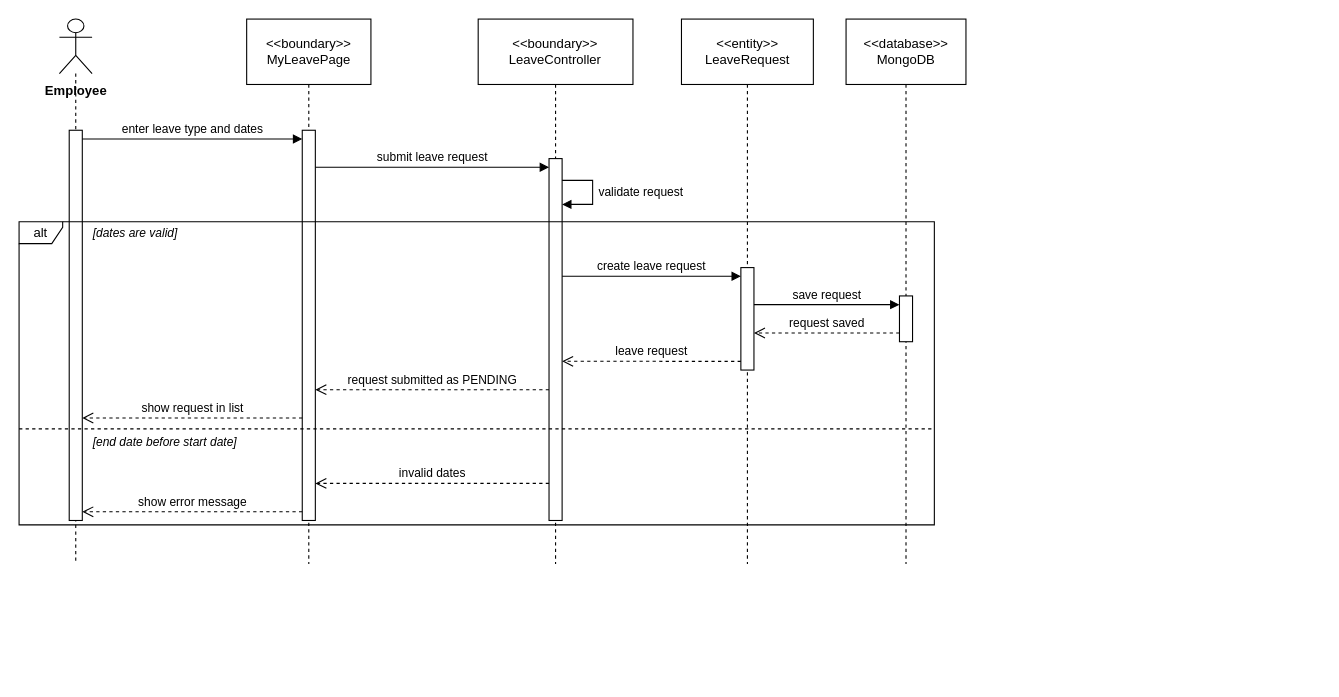
Above: final/diagrams/M5_Front-Desk-And-HR_Diagrams/sequence_diagrams/SD-19_UC-E15_SubmitLeaveRequest.drawio in toikobi401/SWD392 (draw.io), before the change. Source tidied: cells renumbered, new cells numbered last; positions are measured from the earlier drawing's top-left corner, leaving out a move shared by most shapes. Both pictures are drawn from the tidied source at 109%, with x=0, y=0 at pixel (19, 19).
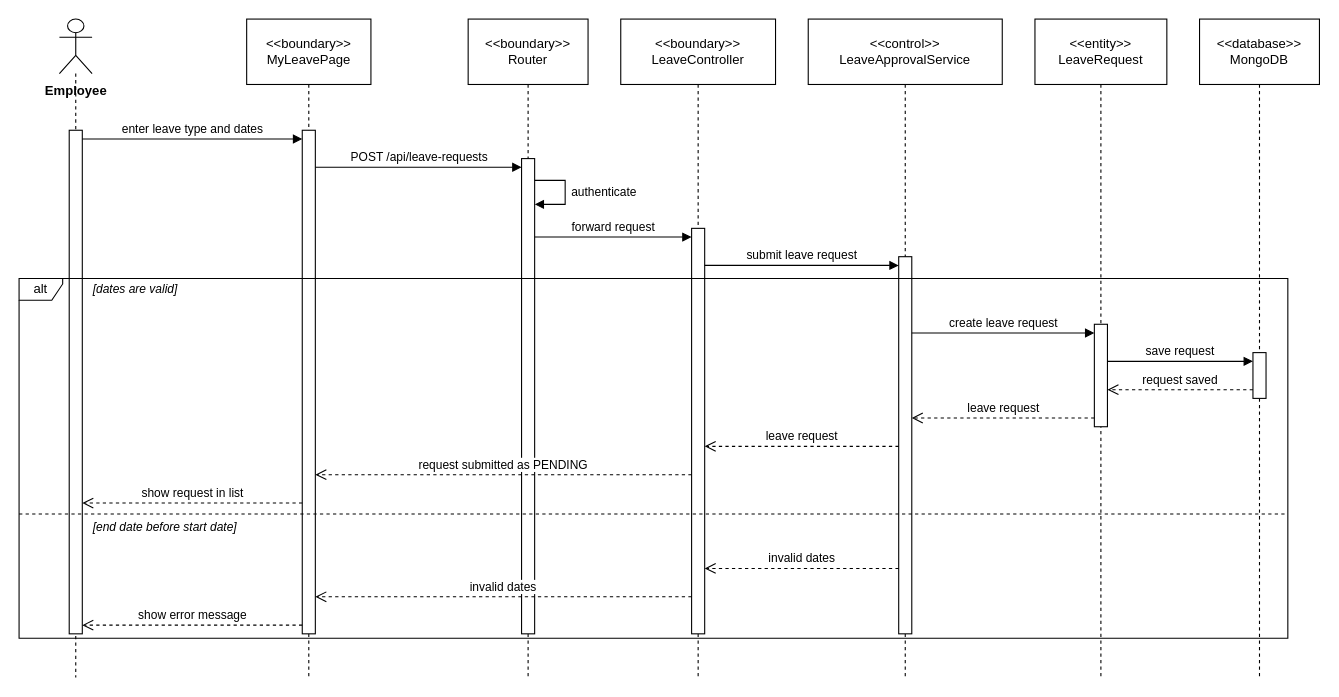
Above is the later version.

What changed in the source:
```diff
@@
     <mxCell id="2" value="Employee" style="shape=umlLifeline;participant=umlActor;perimeter=lifelinePerimeter;whiteSpace=nowrap;html=1;verticalAlign=top;spacingTop=52;size=50;fontStyle=1;" parent="1" vertex="1">
-      <mxGeometry x="37" width="30" height="500" as="geometry" />
+      <mxGeometry x="37" width="30" height="604" as="geometry" />
     </mxCell>
     <mxCell id="3" value="&amp;lt;&amp;lt;boundary&amp;gt;&amp;gt;&lt;br&gt;MyLeavePage" style="shape=umlLifeline;perimeter=lifelinePerimeter;whiteSpace=wrap;html=1;size=60;" parent="1" vertex="1">
-      <mxGeometry x="208.8" width="114" height="500" as="geometry" />
+      <mxGeometry x="208.8" width="114" height="604" as="geometry" />
     </mxCell>
+    <mxCell id="27" value="&amp;lt;&amp;lt;boundary&amp;gt;&amp;gt;&lt;br&gt;Router" style="shape=umlLifeline;perimeter=lifelinePerimeter;whiteSpace=wrap;html=1;size=60;" parent="1" vertex="1">
+      <mxGeometry x="412" width="110" height="604" as="geometry" />
+    </mxCell>
     <mxCell id="4" value="&amp;lt;&amp;lt;boundary&amp;gt;&amp;gt;&lt;br&gt;LeaveController" style="shape=umlLifeline;perimeter=lifelinePerimeter;whiteSpace=wrap;html=1;size=60;" parent="1" vertex="1">
-      <mxGeometry x="421.2" width="142" height="500" as="geometry" />
+      <mxGeometry x="552" width="142" height="604" as="geometry" />
     </mxCell>
+    <mxCell id="28" value="&amp;lt;&amp;lt;control&amp;gt;&amp;gt;&lt;br&gt;LeaveApprovalService" style="shape=umlLifeline;perimeter=lifelinePerimeter;whiteSpace=wrap;html=1;size=60;" parent="1" vertex="1">
+      <mxGeometry x="724" width="178" height="604" as="geometry" />
+    </mxCell>
     <mxCell id="5" value="&amp;lt;&amp;lt;entity&amp;gt;&amp;gt;&lt;br&gt;LeaveRequest" style="shape=umlLifeline;perimeter=lifelinePerimeter;whiteSpace=wrap;html=1;size=60;" parent="1" vertex="1">
-      <mxGeometry x="607.7" width="121" height="500" as="geometry" />
+      <mxGeometry x="932" width="121" height="604" as="geometry" />
     </mxCell>
     <mxCell id="6" value="&amp;lt;&amp;lt;database&amp;gt;&amp;gt;&lt;br&gt;MongoDB" style="shape=umlLifeline;perimeter=lifelinePerimeter;whiteSpace=wrap;html=1;size=60;" parent="1" vertex="1">
-      <mxGeometry x="758.7" width="110" height="500" as="geometry" />
+      <mxGeometry x="1083" width="110" height="604" as="geometry" />
     </mxCell>
     <mxCell id="7" style="html=1;points=[];perimeter=orthogonalPerimeter;outlineConnect=0;targetShapes=umlLifeline;portConstraint=eastwest;" parent="6" vertex="1">
-      <mxGeometry x="49" y="254" width="12" height="42" as="geometry" />
+      <mxGeometry x="49" y="306" width="12" height="42" as="geometry" />
     </mxCell>
     <mxCell id="8" style="html=1;points=[];perimeter=orthogonalPerimeter;outlineConnect=0;targetShapes=umlLifeline;portConstraint=eastwest;" parent="5" vertex="1">
-      <mxGeometry x="54.5" y="228" width="12" height="94" as="geometry" />
+      <mxGeometry x="54.5" y="280" width="12" height="94" as="geometry" />
     </mxCell>
-    <mxCell id="9" style="html=1;points=[];perimeter=orthogonalPerimeter;outlineConnect=0;targetShapes=umlLifeline;portConstraint=eastwest;" parent="4" vertex="1">
-      <mxGeometry x="65" y="128" width="12" height="332" as="geometry" />
-    </mxCell>
-    <mxCell id="10" style="html=1;points=[];perimeter=orthogonalPerimeter;outlineConnect=0;targetShapes=umlLifeline;portConstraint=eastwest;" parent="3" vertex="1">
-      <mxGeometry x="51" y="102" width="12" height="358" as="geometry" />
-    </mxCell>
-    <mxCell id="11" style="html=1;points=[];perimeter=orthogonalPerimeter;outlineConnect=0;targetShapes=umlLifeline;portConstraint=eastwest;" parent="2" vertex="1">
-      <mxGeometry x="9" y="102" width="12" height="358" as="geometry" />
-    </mxCell>
+    <mxCell id="29" style="html=1;points=[];perimeter=orthogonalPerimeter;outlineConnect=0;targetShapes=umlLifeline;portConstraint=eastwest;" parent="28" vertex="1">
+      <mxGeometry x="83" y="218" width="12" height="346" as="geometry" />
+    </mxCell>
+    <mxCell id="30" style="html=1;points=[];perimeter=orthogonalPerimeter;outlineConnect=0;targetShapes=umlLifeline;portConstraint=eastwest;" parent="4" vertex="1">
+      <mxGeometry x="65" y="192" width="12" height="372" as="geometry" />
+    </mxCell>
+    <mxCell id="31" style="html=1;points=[];perimeter=orthogonalPerimeter;outlineConnect=0;targetShapes=umlLifeline;portConstraint=eastwest;" parent="27" vertex="1">
+      <mxGeometry x="49" y="128" width="12" height="436" as="geometry" />
+    </mxCell>
+    <mxCell id="32" style="html=1;points=[];perimeter=orthogonalPerimeter;outlineConnect=0;targetShapes=umlLifeline;portConstraint=eastwest;" parent="3" vertex="1">
+      <mxGeometry x="51" y="102" width="12" height="462" as="geometry" />
+    </mxCell>
+    <mxCell id="33" style="html=1;points=[];perimeter=orthogonalPerimeter;outlineConnect=0;targetShapes=umlLifeline;portConstraint=eastwest;" parent="2" vertex="1">
+      <mxGeometry x="9" y="102" width="12" height="462" as="geometry" />
+    </mxCell>
     <mxCell id="12" value="alt" style="shape=umlFrame;whiteSpace=wrap;html=1;width=40;height=20;" parent="1" vertex="1">
-      <mxGeometry y="186" width="839.7" height="278" as="geometry" />
+      <mxGeometry y="238" width="1164" height="330" as="geometry" />
     </mxCell>
     <mxCell id="13" style="endArrow=none;dashed=1;html=1;rounded=0;" parent="1" edge="1">
       <mxGeometry relative="1" as="geometry">
-        <mxPoint y="376" as="sourcePoint" />
-        <mxPoint x="839.7" y="376" as="targetPoint" />
+        <mxPoint y="454" as="sourcePoint" />
+        <mxPoint x="1164" y="454" as="targetPoint" />
       </mxGeometry>
     </mxCell>
     <mxCell id="14" value="[dates are valid]" style="text;html=1;align=left;verticalAlign=middle;whiteSpace=nowrap;fontSize=11;fontStyle=2;labelBackgroundColor=#ffffff;" parent="1" vertex="1">
-      <mxGeometry x="66" y="186" width="106.5" height="20" as="geometry" />
+      <mxGeometry x="66" y="238" width="106.5" height="20" as="geometry" />
     </mxCell>
     <mxCell id="15" value="[end date before start date]" style="text;html=1;align=left;verticalAlign=middle;whiteSpace=nowrap;fontSize=11;fontStyle=2;labelBackgroundColor=#ffffff;" parent="1" vertex="1">
-      <mxGeometry x="66" y="378" width="175.8" height="20" as="geometry" />
+      <mxGeometry x="66" y="456" width="175.8" height="20" as="geometry" />
     </mxCell>
-    <mxCell id="16" value="enter leave type and dates" style="html=1;verticalAlign=bottom;rounded=0;fontSize=11;endArrow=block;endFill=1;exitX=1;exitY=0.0223;exitDx=0;exitDy=0;exitPerimeter=0;entryX=0;entryY=0.0223;entryDx=0;entryDy=0;entryPerimeter=0;" parent="1" edge="1" source="11" target="10">
+    <mxCell id="16" value="enter leave type and dates" style="html=1;verticalAlign=bottom;rounded=0;fontSize=11;endArrow=block;endFill=1;exitX=1;exitY=0.0173;exitDx=0;exitDy=0;exitPerimeter=0;entryX=0;entryY=0.0173;entryDx=0;entryDy=0;entryPerimeter=0;" parent="1" edge="1" source="33" target="32">
       <mxGeometry relative="1" as="geometry" />
     </mxCell>
-    <mxCell id="17" value="submit leave request" style="html=1;verticalAlign=bottom;rounded=0;fontSize=11;endArrow=block;endFill=1;exitX=1;exitY=0.095;exitDx=0;exitDy=0;exitPerimeter=0;entryX=0;entryY=0.0241;entryDx=0;entryDy=0;entryPerimeter=0;" parent="1" edge="1" source="10" target="9">
+    <mxCell id="17" value="POST /api/leave-requests" style="html=1;verticalAlign=bottom;rounded=0;fontSize=11;endArrow=block;endFill=1;exitX=1;exitY=0.0736;exitDx=0;exitDy=0;exitPerimeter=0;entryX=0;entryY=0.0183;entryDx=0;entryDy=0;entryPerimeter=0;" parent="1" edge="1" source="32" target="31">
       <mxGeometry relative="1" as="geometry" />
     </mxCell>
-    <mxCell id="18" value="validate request" style="html=1;align=left;spacingLeft=4;verticalAlign=middle;endArrow=block;endFill=1;rounded=0;fontSize=11;exitX=1;exitY=0.0602;exitDx=0;exitDy=0;exitPerimeter=0;entryX=1;entryY=0.1265;entryDx=0;entryDy=0;entryPerimeter=0;" parent="1" edge="1" source="9" target="9">
+    <mxCell id="18" value="authenticate" style="html=1;align=left;spacingLeft=4;verticalAlign=middle;endArrow=block;endFill=1;rounded=0;fontSize=11;exitX=1;exitY=0.0459;exitDx=0;exitDy=0;exitPerimeter=0;entryX=1;entryY=0.0963;entryDx=0;entryDy=0;entryPerimeter=0;" parent="1" edge="1" source="31" target="31">
       <mxGeometry relative="1" as="geometry">
         <Array as="points">
-          <mxPoint x="526.2" y="148" />
-          <mxPoint x="526.2" y="170" />
+          <mxPoint x="501" y="148" />
+          <mxPoint x="501" y="170" />
         </Array>
       </mxGeometry>
     </mxCell>
-    <mxCell id="19" value="create leave request" style="html=1;verticalAlign=bottom;rounded=0;fontSize=11;endArrow=block;endFill=1;exitX=1;exitY=0.3253;exitDx=0;exitDy=0;exitPerimeter=0;entryX=0;entryY=0.0851;entryDx=0;entryDy=0;entryPerimeter=0;" parent="1" edge="1" source="9" target="8">
+    <mxCell id="19" value="forward request" style="html=1;verticalAlign=bottom;rounded=0;fontSize=11;endArrow=block;endFill=1;exitX=1;exitY=0.1651;exitDx=0;exitDy=0;exitPerimeter=0;entryX=0;entryY=0.0215;entryDx=0;entryDy=0;entryPerimeter=0;" parent="1" edge="1" source="31" target="30">
       <mxGeometry relative="1" as="geometry" />
     </mxCell>
-    <mxCell id="20" value="save request" style="html=1;verticalAlign=bottom;rounded=0;fontSize=11;endArrow=block;endFill=1;exitX=1;exitY=0.3617;exitDx=0;exitDy=0;exitPerimeter=0;entryX=0;entryY=0.1905;entryDx=0;entryDy=0;entryPerimeter=0;" parent="1" edge="1" source="8" target="7">
+    <mxCell id="20" value="submit leave request" style="html=1;verticalAlign=bottom;rounded=0;fontSize=11;endArrow=block;endFill=1;exitX=1;exitY=0.0914;exitDx=0;exitDy=0;exitPerimeter=0;entryX=0;entryY=0.0231;entryDx=0;entryDy=0;entryPerimeter=0;" parent="1" edge="1" source="30" target="29">
       <mxGeometry relative="1" as="geometry" />
     </mxCell>
-    <mxCell id="21" value="request saved" style="html=1;verticalAlign=bottom;rounded=0;fontSize=11;dashed=1;endArrow=open;endSize=8;exitX=0;exitY=0.8095;exitDx=0;exitDy=0;exitPerimeter=0;entryX=1;entryY=0.6383;entryDx=0;entryDy=0;entryPerimeter=0;" parent="1" edge="1" source="7" target="8">
+    <mxCell id="21" value="create leave request" style="html=1;verticalAlign=bottom;rounded=0;fontSize=11;endArrow=block;endFill=1;exitX=1;exitY=0.2023;exitDx=0;exitDy=0;exitPerimeter=0;entryX=0;entryY=0.0851;entryDx=0;entryDy=0;entryPerimeter=0;" parent="1" edge="1" source="29" target="8">
       <mxGeometry relative="1" as="geometry" />
     </mxCell>
-    <mxCell id="22" value="leave request" style="html=1;verticalAlign=bottom;rounded=0;fontSize=11;dashed=1;endArrow=open;endSize=8;exitX=0;exitY=0.9149;exitDx=0;exitDy=0;exitPerimeter=0;entryX=1;entryY=0.5602;entryDx=0;entryDy=0;entryPerimeter=0;" parent="1" edge="1" source="8" target="9">
+    <mxCell id="22" value="save request" style="html=1;verticalAlign=bottom;rounded=0;fontSize=11;endArrow=block;endFill=1;exitX=1;exitY=0.3617;exitDx=0;exitDy=0;exitPerimeter=0;entryX=0;entryY=0.1905;entryDx=0;entryDy=0;entryPerimeter=0;" parent="1" edge="1" source="8" target="7">
       <mxGeometry relative="1" as="geometry" />
     </mxCell>
-    <mxCell id="23" value="request submitted as PENDING" style="html=1;verticalAlign=bottom;rounded=0;fontSize=11;dashed=1;endArrow=open;endSize=8;exitX=0;exitY=0.6386;exitDx=0;exitDy=0;exitPerimeter=0;entryX=1;entryY=0.6648;entryDx=0;entryDy=0;entryPerimeter=0;" parent="1" edge="1" source="9" target="10">
+    <mxCell id="23" value="request saved" style="html=1;verticalAlign=bottom;rounded=0;fontSize=11;dashed=1;endArrow=open;endSize=8;exitX=0;exitY=0.8095;exitDx=0;exitDy=0;exitPerimeter=0;entryX=1;entryY=0.6383;entryDx=0;entryDy=0;entryPerimeter=0;" parent="1" edge="1" source="7" target="8">
       <mxGeometry relative="1" as="geometry" />
     </mxCell>
-    <mxCell id="24" value="show request in list" style="html=1;verticalAlign=bottom;rounded=0;fontSize=11;dashed=1;endArrow=open;endSize=8;exitX=0;exitY=0.7374;exitDx=0;exitDy=0;exitPerimeter=0;entryX=1;entryY=0.7374;entryDx=0;entryDy=0;entryPerimeter=0;" parent="1" edge="1" source="10" target="11">
+    <mxCell id="24" value="leave request" style="html=1;verticalAlign=bottom;rounded=0;fontSize=11;dashed=1;endArrow=open;endSize=8;exitX=0;exitY=0.9149;exitDx=0;exitDy=0;exitPerimeter=0;entryX=1;entryY=0.4277;entryDx=0;entryDy=0;entryPerimeter=0;" parent="1" edge="1" source="8" target="29">
       <mxGeometry relative="1" as="geometry" />
     </mxCell>
-    <mxCell id="25" value="invalid dates" style="html=1;verticalAlign=bottom;rounded=0;fontSize=11;dashed=1;endArrow=open;endSize=8;exitX=0;exitY=0.8976;exitDx=0;exitDy=0;exitPerimeter=0;entryX=1;entryY=0.905;entryDx=0;entryDy=0;entryPerimeter=0;" parent="1" edge="1" source="9" target="10">
+    <mxCell id="25" value="leave request" style="html=1;verticalAlign=bottom;rounded=0;fontSize=11;dashed=1;endArrow=open;endSize=8;exitX=0;exitY=0.5029;exitDx=0;exitDy=0;exitPerimeter=0;entryX=1;entryY=0.5376;entryDx=0;entryDy=0;entryPerimeter=0;" parent="1" edge="1" source="29" target="30">
       <mxGeometry relative="1" as="geometry" />
     </mxCell>
-    <mxCell id="26" value="show error message" style="html=1;verticalAlign=bottom;rounded=0;fontSize=11;dashed=1;endArrow=open;endSize=8;exitX=0;exitY=0.9777;exitDx=0;exitDy=0;exitPerimeter=0;entryX=1;entryY=0.9777;entryDx=0;entryDy=0;entryPerimeter=0;" parent="1" edge="1" source="10" target="11">
+    <mxCell id="26" value="request submitted as PENDING" style="html=1;verticalAlign=bottom;rounded=0;fontSize=11;dashed=1;endArrow=open;endSize=8;exitX=0;exitY=0.6075;exitDx=0;exitDy=0;exitPerimeter=0;entryX=1;entryY=0.684;entryDx=0;entryDy=0;entryPerimeter=0;" parent="1" edge="1" source="30" target="32">
       <mxGeometry relative="1" as="geometry" />
     </mxCell>
+    <mxCell id="34" value="show request in list" style="html=1;verticalAlign=bottom;rounded=0;fontSize=11;dashed=1;endArrow=open;endSize=8;exitX=0;exitY=0.7403;exitDx=0;exitDy=0;exitPerimeter=0;entryX=1;entryY=0.7403;entryDx=0;entryDy=0;entryPerimeter=0;" parent="1" edge="1" source="32" target="33">
+      <mxGeometry relative="1" as="geometry" />
+    </mxCell>
+    <mxCell id="35" value="invalid dates" style="html=1;verticalAlign=bottom;rounded=0;fontSize=11;dashed=1;endArrow=open;endSize=8;exitX=0;exitY=0.8266;exitDx=0;exitDy=0;exitPerimeter=0;entryX=1;entryY=0.8387;entryDx=0;entryDy=0;entryPerimeter=0;" parent="1" edge="1" source="29" target="30">
+      <mxGeometry relative="1" as="geometry" />
+    </mxCell>
+    <mxCell id="36" value="invalid dates" style="html=1;verticalAlign=bottom;rounded=0;fontSize=11;dashed=1;endArrow=open;endSize=8;exitX=0;exitY=0.9086;exitDx=0;exitDy=0;exitPerimeter=0;entryX=1;entryY=0.9264;entryDx=0;entryDy=0;entryPerimeter=0;" parent="1" edge="1" source="30" target="32">
+      <mxGeometry relative="1" as="geometry" />
+    </mxCell>
+    <mxCell id="37" value="show error message" style="html=1;verticalAlign=bottom;rounded=0;fontSize=11;dashed=1;endArrow=open;endSize=8;exitX=0;exitY=0.9827;exitDx=0;exitDy=0;exitPerimeter=0;entryX=1;entryY=0.9827;entryDx=0;entryDy=0;entryPerimeter=0;" parent="1" edge="1" source="32" target="33">
+      <mxGeometry relative="1" as="geometry" />
+    </mxCell>
```
